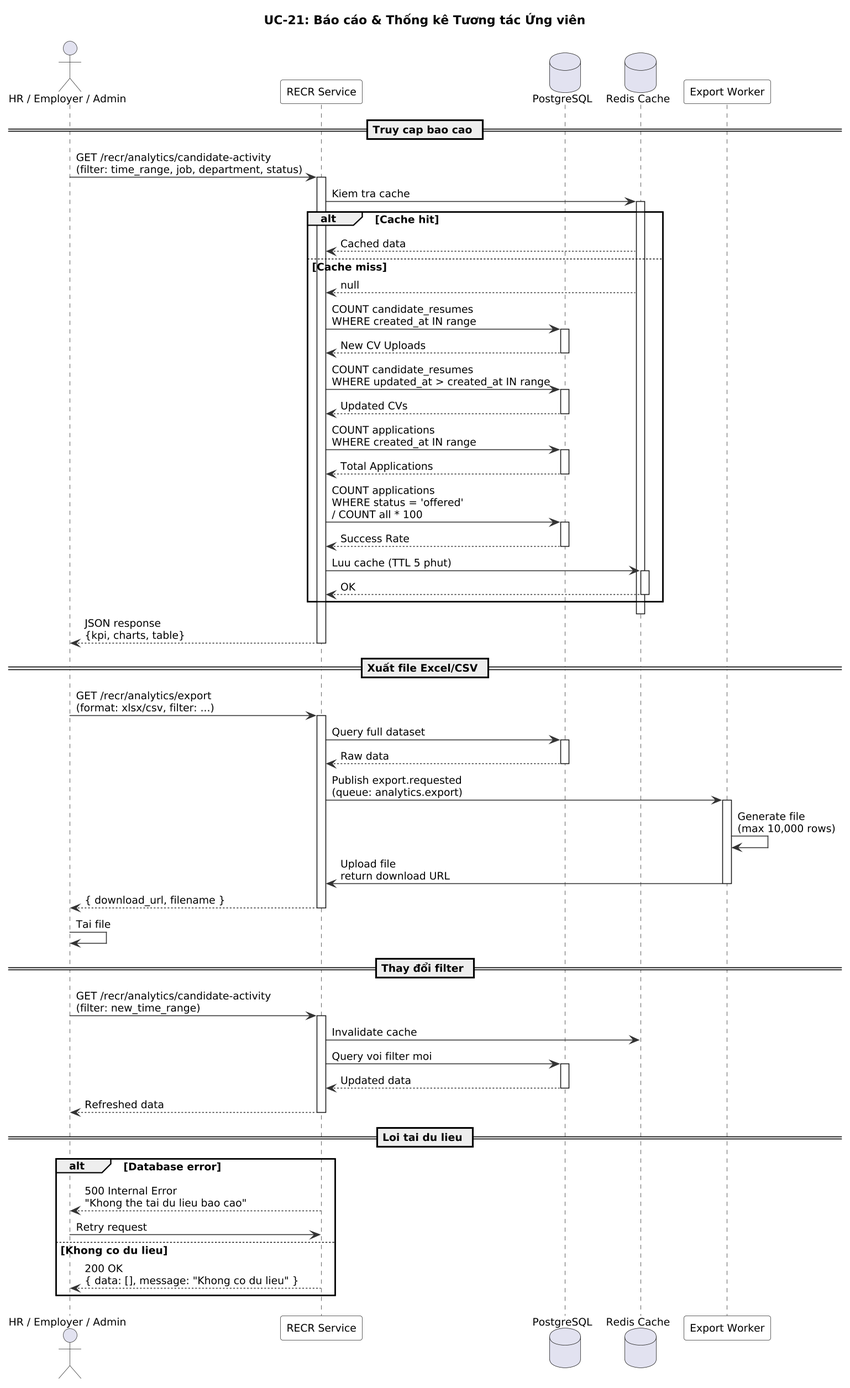
This is modules/dist/recr/images/sequence/uc21-candidate-analytics-sequence.png from namnh240795/document, a PlantUML export, as it was before one commit. Source of this version:
```plantuml
@startuml
skinparam dpi 150
skinparam defaultFontSize 12
skinparam sequence {
  ArrowColor #333333
  ActorBorderColor #333333
  LifeLineBorderColor #333333
  ParticipantBackgroundColor #F8F8F8
  ParticipantBorderColor #333333
}

title UC-21: Báo cáo & Thống kê Tương tác Ứng viên

actor "HR / Employer / Admin" as User
participant "RECR Service" as R
database "PostgreSQL" as DB
database "Redis Cache" as Cache
participant "Export Worker" as W

== Truy cap bao cao ==

User -> R : GET /recr/analytics/candidate-activity\n(filter: time_range, job, department, status)
activate R

R -> Cache : Kiem tra cache
activate Cache
alt Cache hit
  Cache --> R : Cached data
else Cache miss
  Cache --> R : null
  R -> DB : COUNT candidate_resumes\nWHERE created_at IN range
  activate DB
  DB --> R : New CV Uploads
  deactivate DB

  R -> DB : COUNT candidate_resumes\nWHERE updated_at > created_at IN range
  activate DB
  DB --> R : Updated CVs
  deactivate DB

  R -> DB : COUNT applications\nWHERE created_at IN range
  activate DB
  DB --> R : Total Applications
  deactivate DB

  R -> DB : COUNT applications\nWHERE status = 'offered'\n/ COUNT all * 100
  activate DB
  DB --> R : Success Rate
  deactivate DB

  R -> Cache : Luu cache (TTL 5 phut)
  activate Cache
  Cache --> R : OK
  deactivate Cache
end
deactivate Cache

R --> User : JSON response\n{kpi, charts, table}
deactivate R

== Xuất file Excel/CSV ==

User -> R : GET /recr/analytics/export\n(format: xlsx/csv, filter: ...)
activate R

R -> DB : Query full dataset
activate DB
DB --> R : Raw data
deactivate DB

R -> W : Publish export.requested\n(queue: analytics.export)
activate W
W -> W : Generate file\n(max 10,000 rows)
W -> R : Upload file\nreturn download URL
deactivate W

R --> User : { download_url, filename }
deactivate R

User -> User : Tai file

== Thay đổi filter ==

User -> R : GET /recr/analytics/candidate-activity\n(filter: new_time_range)
activate R
R -> Cache : Invalidate cache
R -> DB : Query voi filter moi
activate DB
DB --> R : Updated data
deactivate DB
R --> User : Refreshed data
deactivate R

== Loi tai du lieu ==

alt Database error
  R --> User : 500 Internal Error\n"Khong the tai du lieu bao cao"
  User -> R : Retry request
else Khong co du lieu
  R --> User : 200 OK\n{ data: [], message: "Khong co du lieu" }
end
@enduml
```
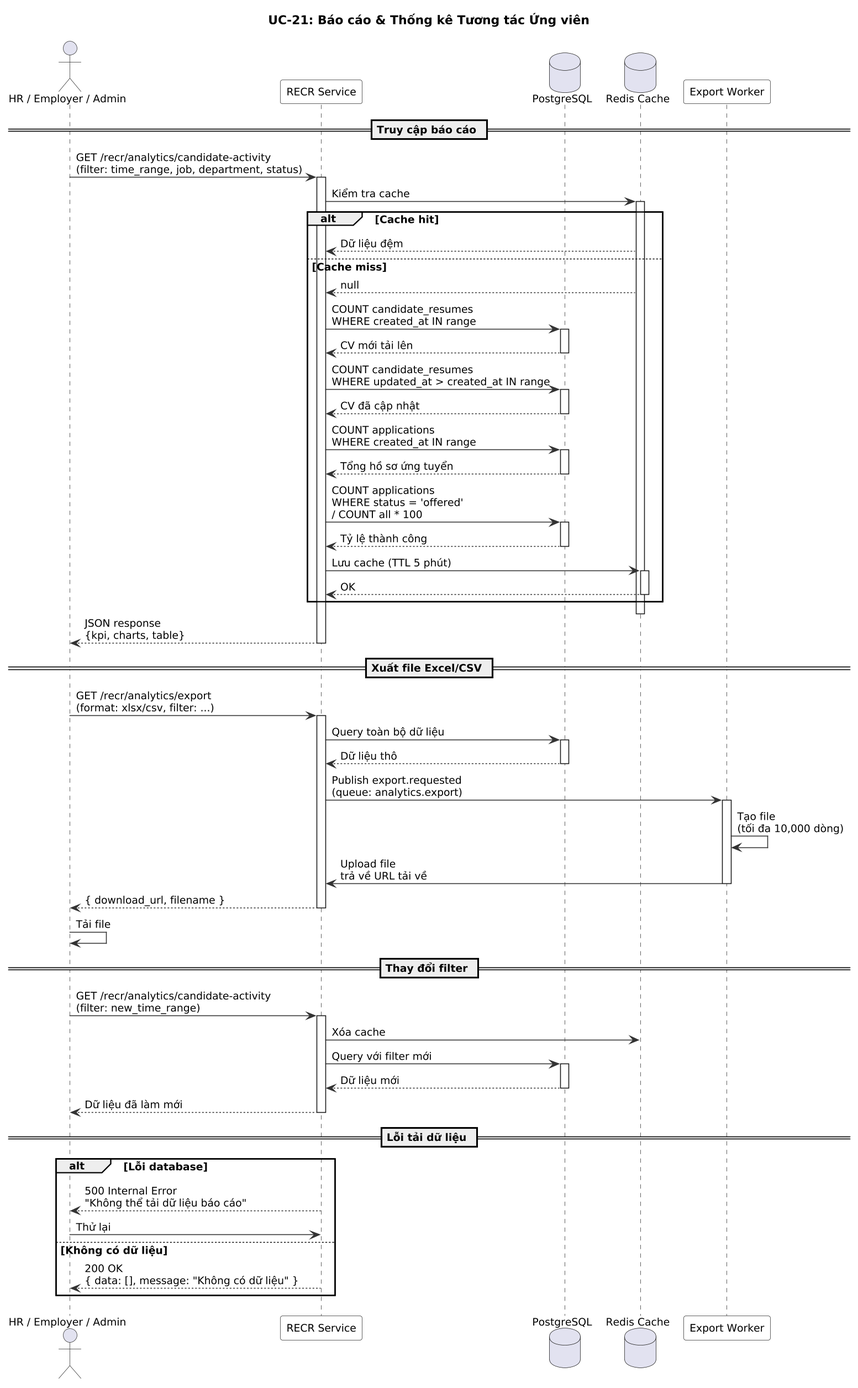
Later version of the same file.

Diff of the diagram source:
```diff
@@ -17,38 +17,38 @@
 database "Redis Cache" as Cache
 participant "Export Worker" as W
 
-== Truy cap bao cao ==
+== Truy cập báo cáo ==
 
 User -> R : GET /recr/analytics/candidate-activity\n(filter: time_range, job, department, status)
 activate R
 
-R -> Cache : Kiem tra cache
+R -> Cache : Kiểm tra cache
 activate Cache
 alt Cache hit
-  Cache --> R : Cached data
+  Cache --> R : Dữ liệu đệm
 else Cache miss
   Cache --> R : null
   R -> DB : COUNT candidate_resumes\nWHERE created_at IN range
   activate DB
-  DB --> R : New CV Uploads
+  DB --> R : CV mới tải lên
   deactivate DB
 
   R -> DB : COUNT candidate_resumes\nWHERE updated_at > created_at IN range
   activate DB
-  DB --> R : Updated CVs
+  DB --> R : CV đã cập nhật
   deactivate DB
 
   R -> DB : COUNT applications\nWHERE created_at IN range
   activate DB
-  DB --> R : Total Applications
+  DB --> R : Tổng hồ sơ ứng tuyển
   deactivate DB
 
   R -> DB : COUNT applications\nWHERE status = 'offered'\n/ COUNT all * 100
   activate DB
-  DB --> R : Success Rate
+  DB --> R : Tỷ lệ thành công
   deactivate DB
 
-  R -> Cache : Luu cache (TTL 5 phut)
+  R -> Cache : Lưu cache (TTL 5 phút)
   activate Cache
   Cache --> R : OK
   deactivate Cache
@@ -63,40 +63,41 @@
 User -> R : GET /recr/analytics/export\n(format: xlsx/csv, filter: ...)
 activate R
 
-R -> DB : Query full dataset
+R -> DB : Query toàn bộ dữ liệu
 activate DB
-DB --> R : Raw data
+DB --> R : Dữ liệu thô
 deactivate DB
 
 R -> W : Publish export.requested\n(queue: analytics.export)
 activate W
-W -> W : Generate file\n(max 10,000 rows)
-W -> R : Upload file\nreturn download URL
+W -> W : Tạo file\n(tối đa 10,000 dòng)
+W -> R : Upload file\ntrả về URL tải về
 deactivate W
 
 R --> User : { download_url, filename }
 deactivate R
 
-User -> User : Tai file
+User -> User : Tải file
 
 == Thay đổi filter ==
 
 User -> R : GET /recr/analytics/candidate-activity\n(filter: new_time_range)
 activate R
-R -> Cache : Invalidate cache
-R -> DB : Query voi filter moi
+R -> Cache : Xóa cache
+R -> DB : Query với filter mới
 activate DB
-DB --> R : Updated data
+DB --> R : Dữ liệu mới
 deactivate DB
-R --> User : Refreshed data
+R --> User : Dữ liệu đã làm mới
 deactivate R
 
-== Loi tai du lieu ==
+== Lỗi tải dữ liệu ==
 
-alt Database error
-  R --> User : 500 Internal Error\n"Khong the tai du lieu bao cao"
-  User -> R : Retry request
-else Khong co du lieu
-  R --> User : 200 OK\n{ data: [], message: "Khong co du lieu" }
+alt Lỗi database
+  R --> User : 500 Internal Error\n"Không thể tải dữ liệu báo cáo"
+  User -> R : Thử lại
+else Không có dữ liệu
+  R --> User : 200 OK\n{ data: [], message: "Không có dữ liệu" }
 end
+
 @enduml
```
